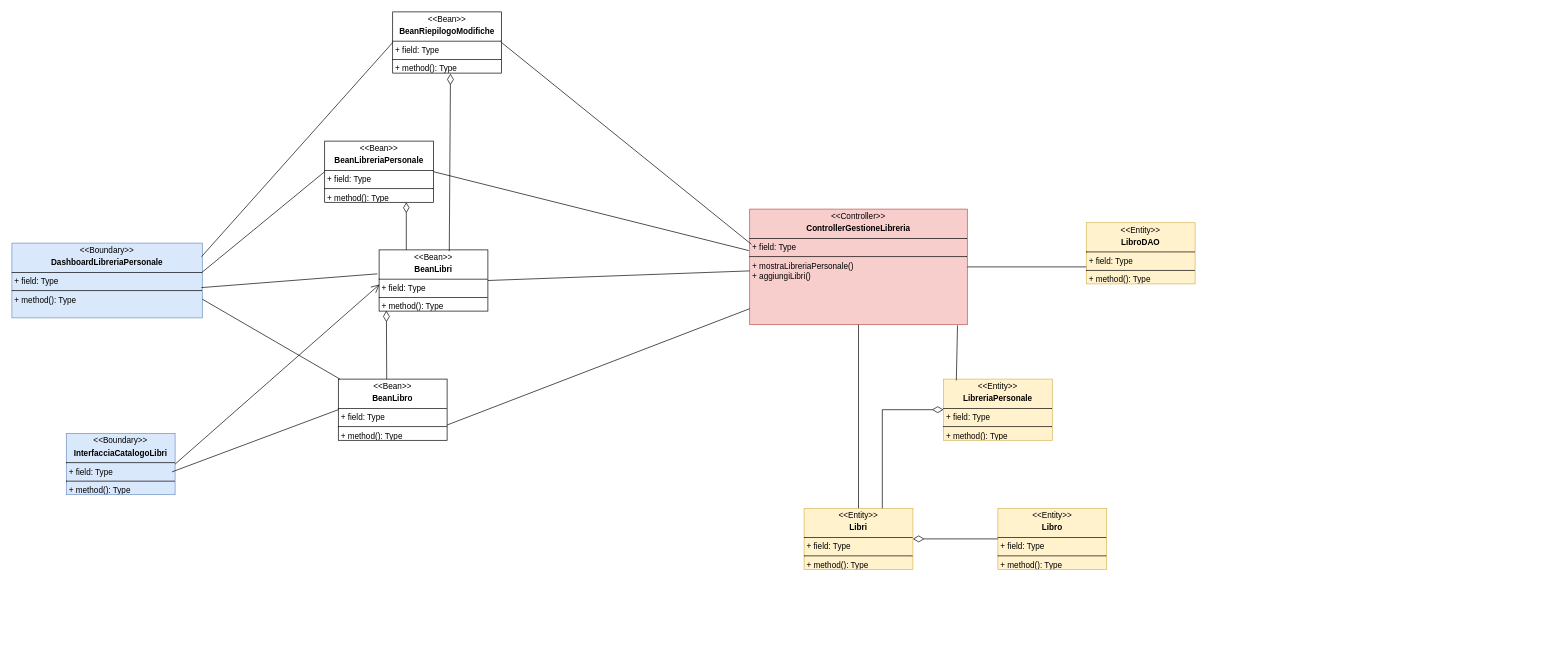
Tom-n7/progettoMurakami keeps this draw.io diagram as Diagrammi Di Classe/VOPC - Gestisci Libreria.drawio. Above is the earlier version. Source tidied: cells renumbered, new cells numbered last; positions are measured from the earlier drawing's top-left corner, leaving out a move shared by most shapes. Both pictures are drawn from the tidied source at 68%, with x=0, y=0 at pixel (12, 12).
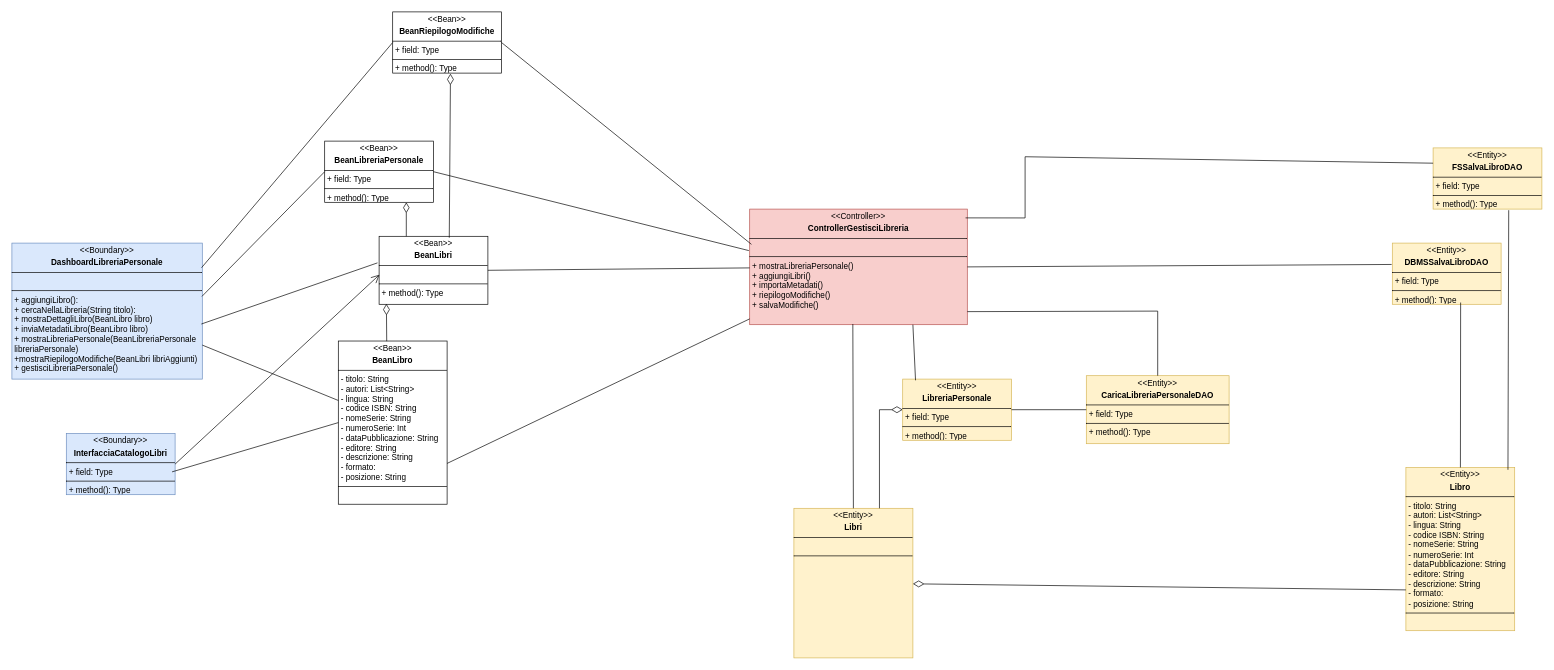
Above is the later version.

Change to the diagram source:
```diff
@@
-    <mxCell id="2" value="&lt;p style=&quot;margin:0px;margin-top:4px;text-align:center;&quot;&gt;&amp;lt;&amp;lt;Entity&amp;gt;&amp;gt;&lt;/p&gt;&lt;p style=&quot;margin:0px;margin-top:4px;text-align:center;&quot;&gt;&lt;b&gt;Libro&lt;/b&gt;&lt;/p&gt;&lt;hr size=&quot;1&quot; style=&quot;border-style:solid;&quot;&gt;&lt;p style=&quot;margin:0px;margin-left:4px;&quot;&gt;+ field: Type&lt;/p&gt;&lt;hr size=&quot;1&quot; style=&quot;border-style:solid;&quot;&gt;&lt;p style=&quot;margin:0px;margin-left:4px;&quot;&gt;+ method(): Type&lt;/p&gt;" style="verticalAlign=top;align=left;overflow=fill;html=1;whiteSpace=wrap;fillColor=#fff2cc;strokeColor=#d6b656;" parent="1" vertex="1">
-      <mxGeometry x="1450" y="730" width="160" height="90" as="geometry" />
+    <mxCell id="2" value="&lt;p style=&quot;margin:0px;margin-top:4px;text-align:center;&quot;&gt;&amp;lt;&amp;lt;Entity&amp;gt;&amp;gt;&lt;/p&gt;&lt;p style=&quot;margin:0px;margin-top:4px;text-align:center;&quot;&gt;&lt;b&gt;Libro&lt;/b&gt;&lt;/p&gt;&lt;hr size=&quot;1&quot; style=&quot;border-style:solid;&quot;&gt;&lt;p style=&quot;margin: 0px 0px 0px 4px;&quot;&gt;- titolo: String&lt;/p&gt;&lt;p style=&quot;margin: 0px 0px 0px 4px;&quot;&gt;- autori: List&amp;lt;String&amp;gt;&lt;/p&gt;&lt;p style=&quot;margin: 0px 0px 0px 4px;&quot;&gt;- lingua: String&lt;/p&gt;&lt;p style=&quot;margin: 0px 0px 0px 4px;&quot;&gt;- codice ISBN: String&lt;/p&gt;&lt;p style=&quot;margin: 0px 0px 0px 4px;&quot;&gt;- nomeSerie: String&lt;/p&gt;&lt;p style=&quot;margin: 0px 0px 0px 4px;&quot;&gt;- numeroSerie: Int&lt;/p&gt;&lt;p style=&quot;margin: 0px 0px 0px 4px;&quot;&gt;- dataPubblicazione: String&lt;/p&gt;&lt;p style=&quot;margin: 0px 0px 0px 4px;&quot;&gt;- editore: String&lt;/p&gt;&lt;p style=&quot;margin: 0px 0px 0px 4px;&quot;&gt;- descrizione: String&lt;/p&gt;&lt;p style=&quot;margin: 0px 0px 0px 4px;&quot;&gt;- formato:&amp;nbsp;&lt;/p&gt;&lt;p style=&quot;margin: 0px 0px 0px 4px;&quot;&gt;- posizione: String&lt;/p&gt;&lt;hr size=&quot;1&quot; style=&quot;border-style:solid;&quot;&gt;&lt;p style=&quot;margin:0px;margin-left:4px;&quot;&gt;&lt;br&gt;&lt;/p&gt;" style="verticalAlign=top;align=left;overflow=fill;html=1;whiteSpace=wrap;fillColor=#fff2cc;strokeColor=#d6b656;" parent="1" vertex="1">
+      <mxGeometry x="2050" y="670" width="160" height="240" as="geometry" />
     </mxCell>
-    <mxCell id="3" value="&lt;p style=&quot;margin:0px;margin-top:4px;text-align:center;&quot;&gt;&amp;lt;&amp;lt;Boundary&amp;gt;&amp;gt;&lt;/p&gt;&lt;p style=&quot;margin:0px;margin-top:4px;text-align:center;&quot;&gt;&lt;b&gt;DashboardLibreriaPersonale&lt;/b&gt;&lt;/p&gt;&lt;hr size=&quot;1&quot; style=&quot;border-style:solid;&quot;&gt;&lt;p style=&quot;margin:0px;margin-left:4px;&quot;&gt;+ field: Type&lt;/p&gt;&lt;hr size=&quot;1&quot; style=&quot;border-style:solid;&quot;&gt;&lt;p style=&quot;margin:0px;margin-left:4px;&quot;&gt;+ method(): Type&lt;/p&gt;" style="verticalAlign=top;align=left;overflow=fill;html=1;whiteSpace=wrap;fillColor=#dae8fc;strokeColor=#6c8ebf;" parent="1" vertex="1">
-      <mxGeometry y="340" width="280" height="110" as="geometry" />
+    <mxCell id="3" value="&lt;p style=&quot;margin:0px;margin-top:4px;text-align:center;&quot;&gt;&amp;lt;&amp;lt;Boundary&amp;gt;&amp;gt;&lt;/p&gt;&lt;p style=&quot;margin:0px;margin-top:4px;text-align:center;&quot;&gt;&lt;b&gt;DashboardLibreriaPersonale&lt;/b&gt;&lt;/p&gt;&lt;hr size=&quot;1&quot; style=&quot;border-style:solid;&quot;&gt;&lt;p style=&quot;margin:0px;margin-left:4px;&quot;&gt;&lt;br&gt;&lt;/p&gt;&lt;hr size=&quot;1&quot; style=&quot;border-style:solid;&quot;&gt;&lt;p style=&quot;margin:0px;margin-left:4px;&quot;&gt;+ aggiungiLibro():&amp;nbsp;&lt;/p&gt;&lt;p style=&quot;margin:0px;margin-left:4px;&quot;&gt;+ cercaNellaLibreria(String titolo):&lt;/p&gt;&lt;p style=&quot;margin:0px;margin-left:4px;&quot;&gt;+ mostraDettagliLibro(BeanLibro libro)&lt;/p&gt;&lt;p style=&quot;margin:0px;margin-left:4px;&quot;&gt;+ inviaMetadatiLibro(BeanLibro libro)&lt;/p&gt;&lt;p style=&quot;margin:0px;margin-left:4px;&quot;&gt;+ mostraLibreriaPersonale(BeanLibreriaPersonale libreriaPersonale)&lt;/p&gt;&lt;p style=&quot;margin:0px;margin-left:4px;&quot;&gt;+mostraRiepilogoModifiche(BeanLibri libriAggiunti)&lt;/p&gt;&lt;p style=&quot;margin:0px;margin-left:4px;&quot;&gt;+ gestisciLibreriaPersonale()&lt;/p&gt;&lt;p style=&quot;margin:0px;margin-left:4px;&quot;&gt;&lt;br&gt;&lt;/p&gt;" style="verticalAlign=top;align=left;overflow=fill;html=1;whiteSpace=wrap;fillColor=#dae8fc;strokeColor=#6c8ebf;" parent="1" vertex="1">
+      <mxGeometry y="340" width="280" height="200" as="geometry" />
     </mxCell>
-    <mxCell id="4" value="&lt;p style=&quot;margin:0px;margin-top:4px;text-align:center;&quot;&gt;&amp;lt;&amp;lt;Controller&amp;gt;&amp;gt;&lt;/p&gt;&lt;p style=&quot;margin:0px;margin-top:4px;text-align:center;&quot;&gt;&lt;b&gt;ControllerGestioneLibreria&lt;/b&gt;&lt;/p&gt;&lt;hr size=&quot;1&quot; style=&quot;border-style:solid;&quot;&gt;&lt;p style=&quot;margin:0px;margin-left:4px;&quot;&gt;+ field: Type&lt;/p&gt;&lt;hr size=&quot;1&quot; style=&quot;border-style:solid;&quot;&gt;&lt;p style=&quot;margin:0px;margin-left:4px;&quot;&gt;+ mostraLibreriaPersonale()&lt;/p&gt;&lt;p style=&quot;margin:0px;margin-left:4px;&quot;&gt;+ aggiungiLibri()&lt;/p&gt;" style="verticalAlign=top;align=left;overflow=fill;html=1;whiteSpace=wrap;fillColor=#f8cecc;strokeColor=#b85450;" parent="1" vertex="1">
+    <mxCell id="4" value="&lt;p style=&quot;margin:0px;margin-top:4px;text-align:center;&quot;&gt;&amp;lt;&amp;lt;Controller&amp;gt;&amp;gt;&lt;/p&gt;&lt;p style=&quot;margin:0px;margin-top:4px;text-align:center;&quot;&gt;&lt;b&gt;ControllerGestisciLibreria&lt;/b&gt;&lt;/p&gt;&lt;hr size=&quot;1&quot; style=&quot;border-style:solid;&quot;&gt;&lt;p style=&quot;margin:0px;margin-left:4px;&quot;&gt;&lt;br&gt;&lt;/p&gt;&lt;hr size=&quot;1&quot; style=&quot;border-style:solid;&quot;&gt;&lt;p style=&quot;margin:0px;margin-left:4px;&quot;&gt;+ mostraLibreriaPersonale()&lt;/p&gt;&lt;p style=&quot;margin:0px;margin-left:4px;&quot;&gt;+ aggiungiLibri()&lt;/p&gt;&lt;p style=&quot;margin:0px;margin-left:4px;&quot;&gt;+ importaMetadati()&lt;/p&gt;&lt;p style=&quot;margin:0px;margin-left:4px;&quot;&gt;+ riepilogoModifiche()&lt;/p&gt;&lt;p style=&quot;margin:0px;margin-left:4px;&quot;&gt;+ salvaModifiche()&lt;/p&gt;" style="verticalAlign=top;align=left;overflow=fill;html=1;whiteSpace=wrap;fillColor=#f8cecc;strokeColor=#b85450;" parent="1" vertex="1">
       <mxGeometry x="1085" y="290" width="320" height="170" as="geometry" />
     </mxCell>
@@
-    <mxCell id="7" value="&lt;p style=&quot;margin:0px;margin-top:4px;text-align:center;&quot;&gt;&amp;lt;&amp;lt;Bean&amp;gt;&amp;gt;&lt;/p&gt;&lt;p style=&quot;margin:0px;margin-top:4px;text-align:center;&quot;&gt;&lt;b&gt;BeanLibri&lt;/b&gt;&lt;/p&gt;&lt;hr size=&quot;1&quot; style=&quot;border-style:solid;&quot;&gt;&lt;p style=&quot;margin:0px;margin-left:4px;&quot;&gt;+ field: Type&lt;/p&gt;&lt;hr size=&quot;1&quot; style=&quot;border-style:solid;&quot;&gt;&lt;p style=&quot;margin:0px;margin-left:4px;&quot;&gt;+ method(): Type&lt;/p&gt;" style="verticalAlign=top;align=left;overflow=fill;html=1;whiteSpace=wrap;" parent="1" vertex="1">
-      <mxGeometry x="540" y="350" width="160" height="90" as="geometry" />
+    <mxCell id="7" value="&lt;p style=&quot;margin:0px;margin-top:4px;text-align:center;&quot;&gt;&amp;lt;&amp;lt;Bean&amp;gt;&amp;gt;&lt;/p&gt;&lt;p style=&quot;margin:0px;margin-top:4px;text-align:center;&quot;&gt;&lt;b&gt;BeanLibri&lt;/b&gt;&lt;/p&gt;&lt;hr size=&quot;1&quot; style=&quot;border-style:solid;&quot;&gt;&lt;p style=&quot;margin:0px;margin-left:4px;&quot;&gt;&lt;br&gt;&lt;/p&gt;&lt;hr size=&quot;1&quot; style=&quot;border-style:solid;&quot;&gt;&lt;p style=&quot;margin:0px;margin-left:4px;&quot;&gt;+ method(): Type&lt;/p&gt;" style="verticalAlign=top;align=left;overflow=fill;html=1;whiteSpace=wrap;" parent="1" vertex="1">
+      <mxGeometry x="540" y="330" width="160" height="100" as="geometry" />
     </mxCell>
-    <mxCell id="8" value="&lt;p style=&quot;margin:0px;margin-top:4px;text-align:center;&quot;&gt;&amp;lt;&amp;lt;Bean&amp;gt;&amp;gt;&lt;/p&gt;&lt;p style=&quot;margin:0px;margin-top:4px;text-align:center;&quot;&gt;&lt;b&gt;BeanLibro&lt;/b&gt;&lt;/p&gt;&lt;hr size=&quot;1&quot; style=&quot;border-style:solid;&quot;&gt;&lt;p style=&quot;margin:0px;margin-left:4px;&quot;&gt;+ field: Type&lt;/p&gt;&lt;hr size=&quot;1&quot; style=&quot;border-style:solid;&quot;&gt;&lt;p style=&quot;margin:0px;margin-left:4px;&quot;&gt;+ method(): Type&lt;/p&gt;" style="verticalAlign=top;align=left;overflow=fill;html=1;whiteSpace=wrap;" parent="1" vertex="1">
-      <mxGeometry x="480" y="540" width="160" height="90" as="geometry" />
+    <mxCell id="8" value="&lt;p style=&quot;margin:0px;margin-top:4px;text-align:center;&quot;&gt;&amp;lt;&amp;lt;Bean&amp;gt;&amp;gt;&lt;/p&gt;&lt;p style=&quot;margin:0px;margin-top:4px;text-align:center;&quot;&gt;&lt;b&gt;BeanLibro&lt;/b&gt;&lt;/p&gt;&lt;hr size=&quot;1&quot; style=&quot;border-style:solid;&quot;&gt;&lt;p style=&quot;margin: 0px 0px 0px 4px;&quot;&gt;- titolo: String&lt;/p&gt;&lt;p style=&quot;margin: 0px 0px 0px 4px;&quot;&gt;- autori: List&amp;lt;String&amp;gt;&lt;/p&gt;&lt;p style=&quot;margin: 0px 0px 0px 4px;&quot;&gt;- lingua: String&lt;/p&gt;&lt;p style=&quot;margin: 0px 0px 0px 4px;&quot;&gt;- codice ISBN: String&lt;/p&gt;&lt;p style=&quot;margin: 0px 0px 0px 4px;&quot;&gt;- nomeSerie: String&lt;/p&gt;&lt;p style=&quot;margin: 0px 0px 0px 4px;&quot;&gt;- numeroSerie: Int&lt;/p&gt;&lt;p style=&quot;margin: 0px 0px 0px 4px;&quot;&gt;- dataPubblicazione: String&lt;/p&gt;&lt;p style=&quot;margin: 0px 0px 0px 4px;&quot;&gt;- editore: String&lt;/p&gt;&lt;p style=&quot;margin: 0px 0px 0px 4px;&quot;&gt;- descrizione: String&lt;/p&gt;&lt;p style=&quot;margin: 0px 0px 0px 4px;&quot;&gt;- formato:&amp;nbsp;&lt;/p&gt;&lt;p style=&quot;margin: 0px 0px 0px 4px;&quot;&gt;- posizione: String&lt;/p&gt;&lt;hr size=&quot;1&quot; style=&quot;border-style:solid;&quot;&gt;&lt;p style=&quot;margin:0px;margin-left:4px;&quot;&gt;&lt;br&gt;&lt;/p&gt;" style="verticalAlign=top;align=left;overflow=fill;html=1;whiteSpace=wrap;" parent="1" vertex="1">
+      <mxGeometry x="480" y="484" width="160" height="240" as="geometry" />
     </mxCell>
@@
-    <mxCell id="15" value="&lt;p style=&quot;margin:0px;margin-top:4px;text-align:center;&quot;&gt;&amp;lt;&amp;lt;Entity&amp;gt;&amp;gt;&lt;/p&gt;&lt;p style=&quot;margin:0px;margin-top:4px;text-align:center;&quot;&gt;&lt;b&gt;Libri&lt;/b&gt;&lt;/p&gt;&lt;hr size=&quot;1&quot; style=&quot;border-style:solid;&quot;&gt;&lt;p style=&quot;margin:0px;margin-left:4px;&quot;&gt;+ field: Type&lt;/p&gt;&lt;hr size=&quot;1&quot; style=&quot;border-style:solid;&quot;&gt;&lt;p style=&quot;margin:0px;margin-left:4px;&quot;&gt;+ method(): Type&lt;/p&gt;" style="verticalAlign=top;align=left;overflow=fill;html=1;whiteSpace=wrap;fillColor=#fff2cc;strokeColor=#d6b656;" parent="1" vertex="1">
-      <mxGeometry x="1165" y="730" width="160" height="90" as="geometry" />
+    <mxCell id="15" value="&lt;p style=&quot;margin:0px;margin-top:4px;text-align:center;&quot;&gt;&amp;lt;&amp;lt;Entity&amp;gt;&amp;gt;&lt;/p&gt;&lt;p style=&quot;margin:0px;margin-top:4px;text-align:center;&quot;&gt;&lt;b&gt;Libri&lt;/b&gt;&lt;/p&gt;&lt;hr size=&quot;1&quot; style=&quot;border-style:solid;&quot;&gt;&lt;p style=&quot;margin:0px;margin-left:4px;&quot;&gt;&lt;br&gt;&lt;/p&gt;&lt;hr size=&quot;1&quot; style=&quot;border-style:solid;&quot;&gt;&lt;p style=&quot;margin:0px;margin-left:4px;&quot;&gt;&lt;br&gt;&lt;/p&gt;" style="verticalAlign=top;align=left;overflow=fill;html=1;whiteSpace=wrap;fillColor=#fff2cc;strokeColor=#d6b656;" parent="1" vertex="1">
+      <mxGeometry x="1150" y="730" width="175" height="220" as="geometry" />
     </mxCell>
@@
-    <mxCell id="18" style="endArrow=none;html=1;rounded=0;entryX=0;entryY=0.5;entryDx=0;entryDy=0;startArrow=diamondThin;startFill=0;startSize=14;" parent="1" edge="1" source="15" target="2">
+    <mxCell id="18" style="endArrow=none;html=1;rounded=0;entryX=0;entryY=0.75;entryDx=0;entryDy=0;startArrow=diamondThin;startFill=0;startSize=14;" parent="1" edge="1" source="15" target="2">
       <mxGeometry relative="1" as="geometry" />
     </mxCell>
-    <mxCell id="19" style="endArrow=none;html=1;rounded=0;exitX=0.5;exitY=0;exitDx=0;exitDy=0;" parent="1" edge="1" source="15" target="4">
+    <mxCell id="19" style="endArrow=none;html=1;rounded=0;exitX=0.5;exitY=0;exitDx=0;exitDy=0;entryX=0.474;entryY=0.994;entryDx=0;entryDy=0;entryPerimeter=0;" parent="1" edge="1" source="15" target="4">
       <mxGeometry relative="1" as="geometry" />
     </mxCell>
     <mxCell id="20" value="&lt;p style=&quot;margin:0px;margin-top:4px;text-align:center;&quot;&gt;&amp;lt;&amp;lt;Entity&amp;gt;&amp;gt;&lt;/p&gt;&lt;p style=&quot;margin:0px;margin-top:4px;text-align:center;&quot;&gt;&lt;span style=&quot;background-color: transparent; color: light-dark(rgb(0, 0, 0), rgb(255, 255, 255));&quot;&gt;&lt;b&gt;L&lt;/b&gt;&lt;/span&gt;&lt;b style=&quot;background-color: transparent; color: light-dark(rgb(0, 0, 0), rgb(255, 255, 255));&quot;&gt;ibreriaPersonale&lt;/b&gt;&lt;/p&gt;&lt;hr size=&quot;1&quot; style=&quot;border-style:solid;&quot;&gt;&lt;p style=&quot;margin:0px;margin-left:4px;&quot;&gt;+ field: Type&lt;/p&gt;&lt;hr size=&quot;1&quot; style=&quot;border-style:solid;&quot;&gt;&lt;p style=&quot;margin:0px;margin-left:4px;&quot;&gt;+ method(): Type&lt;/p&gt;" style="verticalAlign=top;align=left;overflow=fill;html=1;whiteSpace=wrap;fillColor=#fff2cc;strokeColor=#d6b656;" parent="1" vertex="1">
-      <mxGeometry x="1370" y="540" width="160" height="90" as="geometry" />
+      <mxGeometry x="1310" y="540" width="160" height="90" as="geometry" />
     </mxCell>
-    <mxCell id="21" style="endArrow=none;html=1;rounded=0;exitX=0.955;exitY=1.006;exitDx=0;exitDy=0;exitPerimeter=0;entryX=0.118;entryY=0.02;entryDx=0;entryDy=0;entryPerimeter=0;" parent="1" edge="1" source="4" target="20">
+    <mxCell id="21" style="endArrow=none;html=1;rounded=0;exitX=0.75;exitY=1;exitDx=0;exitDy=0;entryX=0.118;entryY=0.02;entryDx=0;entryDy=0;entryPerimeter=0;" parent="1" edge="1" source="4" target="20">
       <mxGeometry relative="1" as="geometry" />
     </mxCell>
@@
-    <mxCell id="24" value="&lt;p style=&quot;margin:0px;margin-top:4px;text-align:center;&quot;&gt;&amp;lt;&amp;lt;Entity&amp;gt;&amp;gt;&lt;/p&gt;&lt;p style=&quot;margin:0px;margin-top:4px;text-align:center;&quot;&gt;&lt;b&gt;LibroDAO&lt;/b&gt;&lt;/p&gt;&lt;hr size=&quot;1&quot; style=&quot;border-style:solid;&quot;&gt;&lt;p style=&quot;margin:0px;margin-left:4px;&quot;&gt;+ field: Type&lt;/p&gt;&lt;hr size=&quot;1&quot; style=&quot;border-style:solid;&quot;&gt;&lt;p style=&quot;margin:0px;margin-left:4px;&quot;&gt;+ method(): Type&lt;/p&gt;" style="verticalAlign=top;align=left;overflow=fill;html=1;whiteSpace=wrap;fillColor=#fff2cc;strokeColor=#d6b656;" parent="1" vertex="1">
-      <mxGeometry x="1580" y="310" width="160" height="90" as="geometry" />
+    <mxCell id="24" value="&lt;p style=&quot;margin:0px;margin-top:4px;text-align:center;&quot;&gt;&amp;lt;&amp;lt;Entity&amp;gt;&amp;gt;&lt;/p&gt;&lt;p style=&quot;margin:0px;margin-top:4px;text-align:center;&quot;&gt;&lt;b&gt;DBMSSalvaLibroDAO&lt;/b&gt;&lt;/p&gt;&lt;hr size=&quot;1&quot; style=&quot;border-style:solid;&quot;&gt;&lt;p style=&quot;margin:0px;margin-left:4px;&quot;&gt;+ field: Type&lt;/p&gt;&lt;hr size=&quot;1&quot; style=&quot;border-style:solid;&quot;&gt;&lt;p style=&quot;margin:0px;margin-left:4px;&quot;&gt;+ method(): Type&lt;/p&gt;" style="verticalAlign=top;align=left;overflow=fill;html=1;whiteSpace=wrap;fillColor=#fff2cc;strokeColor=#d6b656;" parent="1" vertex="1">
+      <mxGeometry x="2030" y="340" width="160" height="90" as="geometry" />
     </mxCell>
-    <mxCell id="25" style="endArrow=none;html=1;rounded=0;exitX=1;exitY=0.5;exitDx=0;exitDy=0;" parent="1" edge="1" source="4">
-      <mxGeometry relative="1" as="geometry">
-        <mxPoint x="1580" y="375" as="targetPoint" />
-      </mxGeometry>
+    <mxCell id="25" style="endArrow=none;html=1;rounded=0;exitX=1;exitY=0.5;exitDx=0;exitDy=0;entryX=-0.006;entryY=0.349;entryDx=0;entryDy=0;entryPerimeter=0;" parent="1" edge="1" source="4" target="24">
+      <mxGeometry relative="1" as="geometry" />
     </mxCell>
@@
+    <mxCell id="31" value="&lt;p style=&quot;margin:0px;margin-top:4px;text-align:center;&quot;&gt;&amp;lt;&amp;lt;Entity&amp;gt;&amp;gt;&lt;/p&gt;&lt;p style=&quot;margin:0px;margin-top:4px;text-align:center;&quot;&gt;&lt;b&gt;FSSalvaLibroDAO&lt;/b&gt;&lt;/p&gt;&lt;hr size=&quot;1&quot; style=&quot;border-style:solid;&quot;&gt;&lt;p style=&quot;margin:0px;margin-left:4px;&quot;&gt;+ field: Type&lt;/p&gt;&lt;hr size=&quot;1&quot; style=&quot;border-style:solid;&quot;&gt;&lt;p style=&quot;margin:0px;margin-left:4px;&quot;&gt;+ method(): Type&lt;/p&gt;" style="verticalAlign=top;align=left;overflow=fill;html=1;whiteSpace=wrap;fillColor=#fff2cc;strokeColor=#d6b656;" parent="1" vertex="1">
+      <mxGeometry x="2090" y="200" width="160" height="90" as="geometry" />
+    </mxCell>
+    <mxCell id="32" style="endArrow=none;html=1;rounded=0;exitX=0.992;exitY=0.076;exitDx=0;exitDy=0;exitPerimeter=0;entryX=0;entryY=0.25;entryDx=0;entryDy=0;" parent="1" edge="1" source="4" target="31">
+      <mxGeometry relative="1" as="geometry">
+        <Array as="points">
+          <mxPoint x="1490" y="303" />
+          <mxPoint x="1490" y="213" />
+        </Array>
+      </mxGeometry>
+    </mxCell>
+    <mxCell id="33" style="endArrow=none;html=1;rounded=0;entryX=0.628;entryY=0.971;entryDx=0;entryDy=0;entryPerimeter=0;" parent="1" edge="1" source="2" target="24">
+      <mxGeometry relative="1" as="geometry" />
+    </mxCell>
+    <mxCell id="34" style="endArrow=none;html=1;rounded=0;exitX=0.938;exitY=0.014;exitDx=0;exitDy=0;exitPerimeter=0;entryX=0.695;entryY=1.018;entryDx=0;entryDy=0;entryPerimeter=0;" parent="1" edge="1" source="2" target="31">
+      <mxGeometry relative="1" as="geometry" />
+    </mxCell>
+    <mxCell id="35" value="&lt;p style=&quot;margin:0px;margin-top:4px;text-align:center;&quot;&gt;&amp;lt;&amp;lt;Entity&amp;gt;&amp;gt;&lt;/p&gt;&lt;p style=&quot;margin:0px;margin-top:4px;text-align:center;&quot;&gt;&lt;b&gt;CaricaLibreriaPersonaleDAO&lt;/b&gt;&lt;/p&gt;&lt;hr size=&quot;1&quot; style=&quot;border-style:solid;&quot;&gt;&lt;p style=&quot;margin:0px;margin-left:4px;&quot;&gt;+ field: Type&lt;/p&gt;&lt;hr size=&quot;1&quot; style=&quot;border-style:solid;&quot;&gt;&lt;p style=&quot;margin:0px;margin-left:4px;&quot;&gt;+ method(): Type&lt;/p&gt;" style="verticalAlign=top;align=left;overflow=fill;html=1;whiteSpace=wrap;fillColor=#fff2cc;strokeColor=#d6b656;" parent="1" vertex="1">
+      <mxGeometry x="1580" y="535" width="210" height="100" as="geometry" />
+    </mxCell>
+    <mxCell id="36" style="endArrow=none;html=1;rounded=0;entryX=0.5;entryY=0;entryDx=0;entryDy=0;exitX=1;exitY=0.887;exitDx=0;exitDy=0;exitPerimeter=0;" parent="1" edge="1" source="4" target="35">
+      <mxGeometry relative="1" as="geometry">
+        <Array as="points">
+          <mxPoint x="1685" y="440" />
+        </Array>
+      </mxGeometry>
+    </mxCell>
+    <mxCell id="37" style="endArrow=none;html=1;rounded=0;exitX=1;exitY=0.5;exitDx=0;exitDy=0;entryX=0;entryY=0.5;entryDx=0;entryDy=0;" parent="1" edge="1" source="20" target="35">
+      <mxGeometry relative="1" as="geometry" />
+    </mxCell>
```
